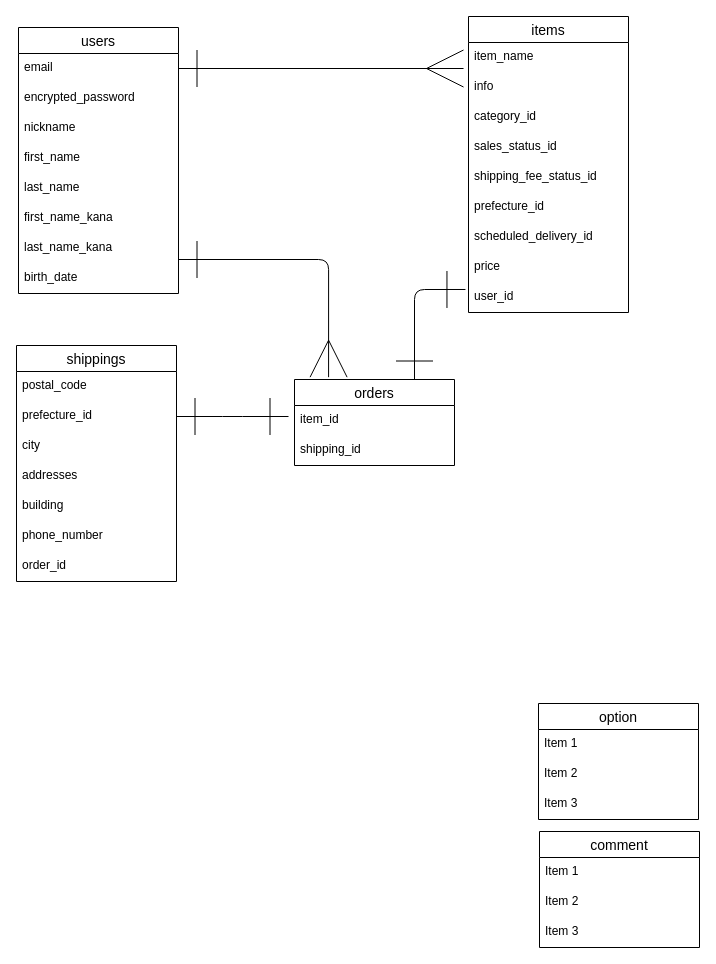
Before: ER図.dio in kiyotech/furima-38804, a draw.io diagram. Source tidied: cells renumbered, new cells numbered last; positions are measured from the earlier drawing's top-left corner, leaving out a move shared by most shapes. Both pictures are drawn from the tidied source at 100%, with x=0, y=0 at pixel (16, 16).
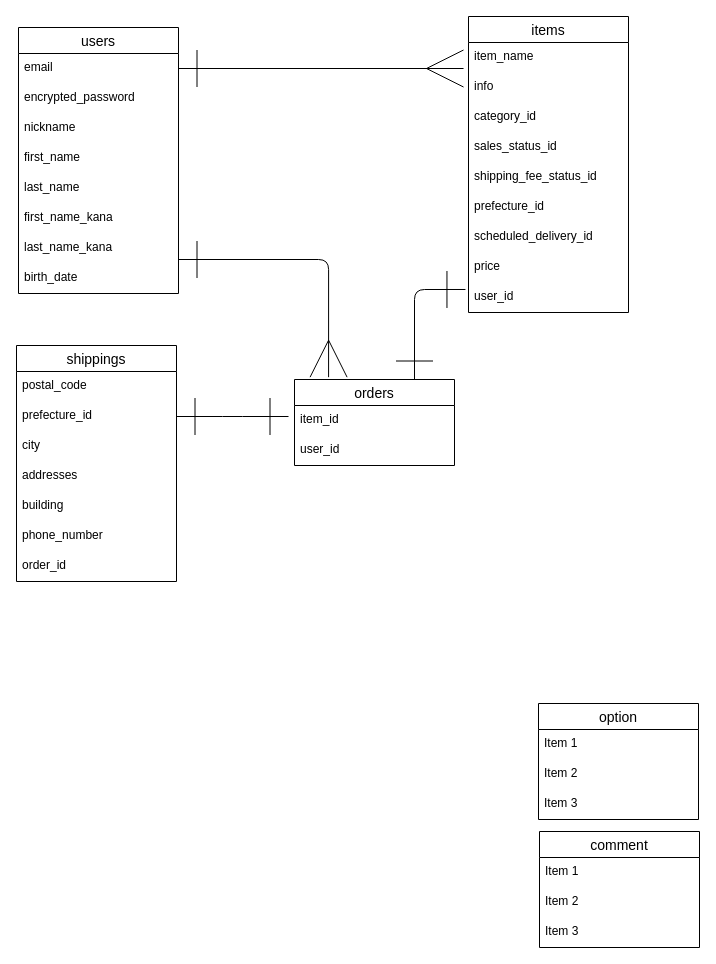
After the change.

Unchanged cells that the change refers to:
```xml
<mxCell id="11" value="orders" style="swimlane;fontStyle=0;horizontal=1;startSize=26;align=center;fontSize=14;" parent="1" vertex="1">
  <mxGeometry x="278" y="363" width="160" height="86" as="geometry" />
</mxCell>
```

Change to the diagram source:
```diff
@@
-    <mxCell id="13" value="shipping_id" style="text;strokeColor=none;fillColor=none;spacingLeft=4;spacingRight=4;overflow=hidden;fontSize=12;" parent="11" vertex="1">
+    <mxCell id="13" value="user_id" style="text;strokeColor=none;fillColor=none;spacingLeft=4;spacingRight=4;overflow=hidden;fontSize=12;" parent="11" vertex="1">
       <mxGeometry y="56" width="160" height="30" as="geometry" />
     </mxCell>
```
